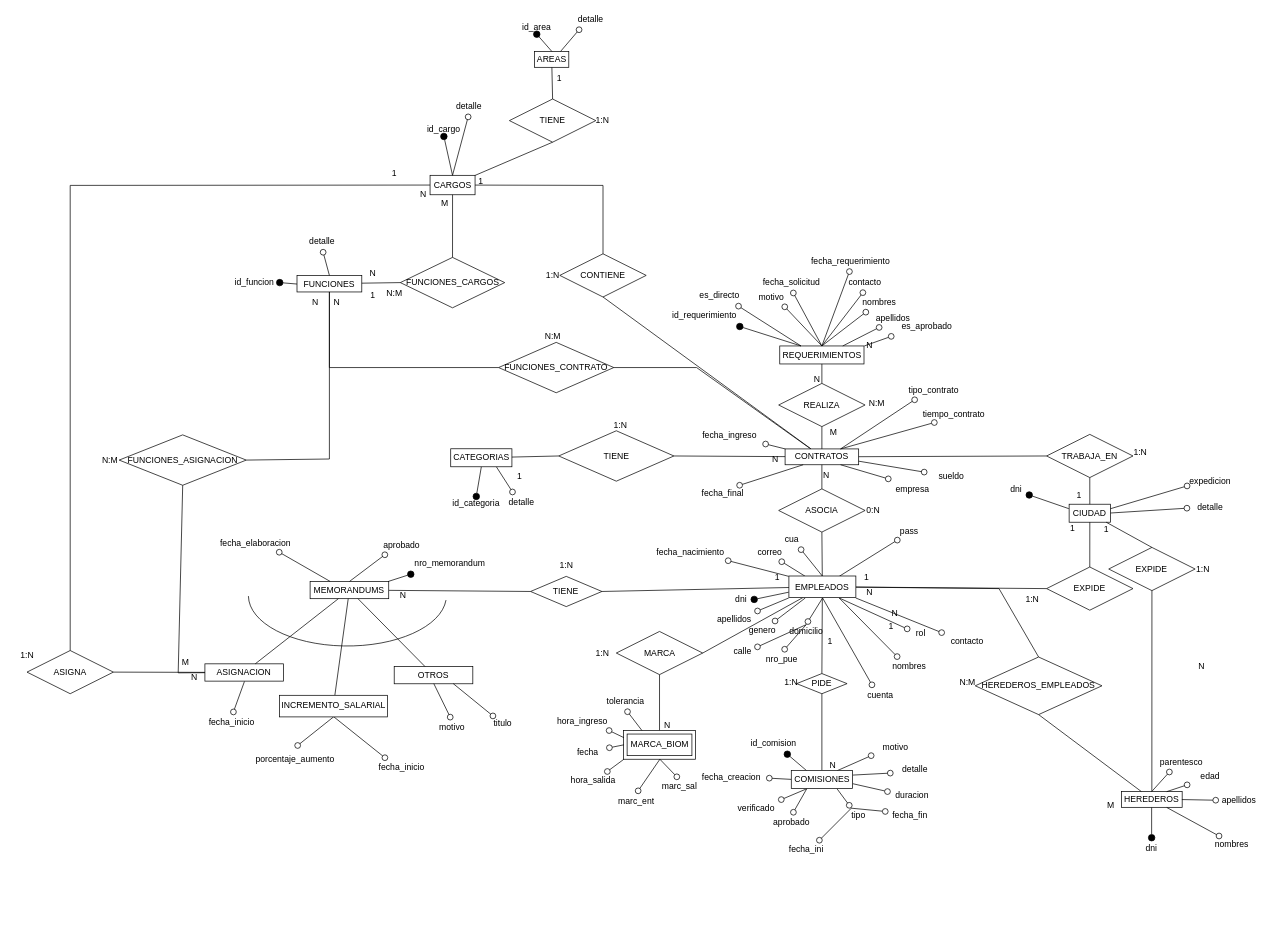
Earlier version of the draw.io diagram page "Página-2" (2 of 4) of Diagrama SRH.drawio (tomyivan/diagramas-DB). Source tidied: cells renumbered, new cells numbered last; positions are measured from the earlier drawing's top-left corner, leaving out a move shared by most shapes. Both pictures are drawn from the tidied source at 72%, with x=0, y=0 at pixel (12, 12).
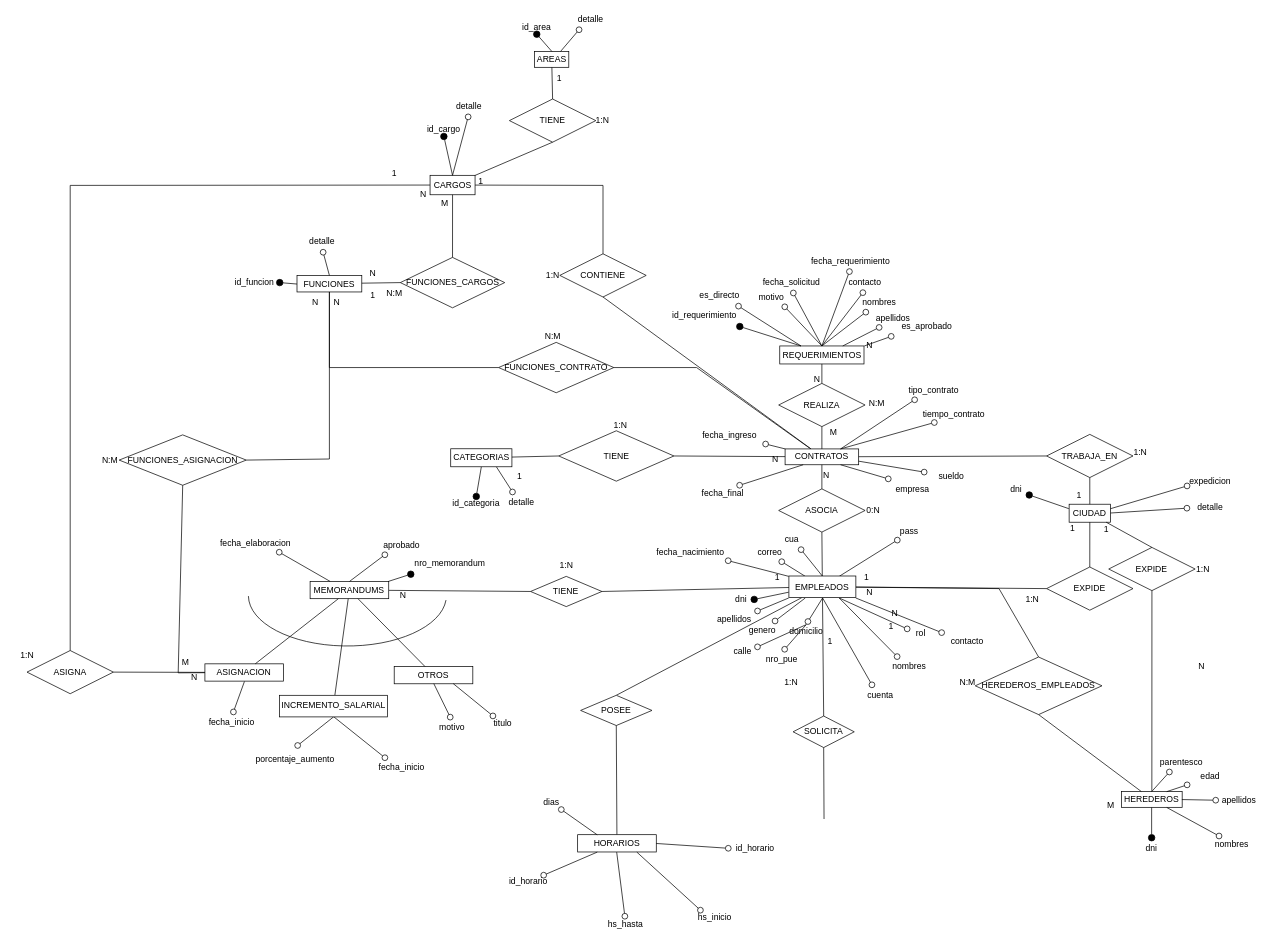
After the change.

Unchanged cells that the change refers to:
```xml
<mxCell id="197" value="EMPLEADOS" style="whiteSpace=wrap;html=1;align=center;rounded=0;" parent="1" vertex="1">
  <mxGeometry x="1078.2" y="782.5" width="93" height="30" as="geometry" />
</mxCell>
```

Change to the diagram source:
```diff
@@
-    <mxCell id="76" value="motivo" style="whiteSpace=wrap;html=1;align=center;strokeColor=none;fillColor=none;rounded=0;" parent="1" vertex="1">
-      <mxGeometry x="1196.5" y="1010" width="58.8" height="20" as="geometry" />
-    </mxCell>
-    <mxCell id="77" style="endArrow=circle;html=1;rounded=0;strokeColor=default;shadow=0;startFill=0;fillOpacity=100;endFill=0;snapToPoint=1;fixDash=1;backgroundOutline=1;comic=0;enumerate=0;orthogonal=0;strokeOpacity=100;arcSize=210;startArrow=none;strokeWidth=1;startSize=0;endSize=3;" parent="1" edge="1" source="198" target="76">
-      <mxGeometry relative="1" as="geometry" />
-    </mxCell>
@@
-    <mxCell id="125" value="MARCA" style="shape=rhombus;perimeter=rhombusPerimeter;whiteSpace=wrap;html=1;align=center;rounded=0;" parent="1" vertex="1">
-      <mxGeometry x="838.5" y="859.5" width="120" height="60" as="geometry" />
-    </mxCell>
-    <mxCell id="126" style="endArrow=none;html=1;rounded=0;entryX=0.5;entryY=1;entryDx=0;entryDy=0;" parent="1" edge="1" source="129" target="125">
-      <mxGeometry relative="1" as="geometry" />
-    </mxCell>
-    <mxCell id="127" value="1:N" style="text;html=1;align=center;verticalAlign=middle;strokeColor=none;fillColor=none;rounded=0;" parent="1" vertex="1">
-      <mxGeometry x="798.5" y="874.5" width="40" height="30" as="geometry" />
-    </mxCell>
-    <mxCell id="128" value="N" style="text;html=1;align=center;verticalAlign=middle;strokeColor=none;fillColor=none;rounded=0;" parent="1" vertex="1">
-      <mxGeometry x="893.5" y="975" width="30" height="30" as="geometry" />
-    </mxCell>
-    <mxCell id="129" value="MARCA_BIOM" style="shape=ext;margin=3;double=1;whiteSpace=wrap;html=1;align=center;rounded=0;" parent="1" vertex="1">
-      <mxGeometry x="848.5" y="997" width="100" height="40" as="geometry" />
-    </mxCell>
-    <mxCell id="130" value="hora_salida" style="whiteSpace=wrap;html=1;align=center;strokeColor=none;fillColor=none;rounded=0;" parent="1" vertex="1">
-      <mxGeometry x="773.5" y="1057" width="65" height="20" as="geometry" />
-    </mxCell>
-    <mxCell id="131" value="hora_ingreso" style="whiteSpace=wrap;html=1;align=center;strokeColor=none;fillColor=none;rounded=0;" parent="1" vertex="1">
-      <mxGeometry x="758.5" y="975" width="65" height="20" as="geometry" />
-    </mxCell>
-    <mxCell id="132" style="endArrow=circle;html=1;rounded=0;strokeColor=default;shadow=0;startFill=0;fillOpacity=100;endFill=0;snapToPoint=1;fixDash=1;backgroundOutline=1;comic=0;enumerate=0;orthogonal=0;strokeOpacity=100;arcSize=210;startArrow=none;strokeWidth=1;startSize=0;endSize=3;" parent="1" edge="1" source="129" target="131">
-      <mxGeometry relative="1" as="geometry" />
-    </mxCell>
-    <mxCell id="133" style="endArrow=circle;html=1;rounded=0;strokeColor=default;shadow=0;startFill=0;fillOpacity=100;endFill=0;snapToPoint=1;fixDash=1;backgroundOutline=1;comic=0;enumerate=0;orthogonal=0;strokeOpacity=100;arcSize=210;startArrow=none;strokeWidth=1;startSize=0;endSize=3;" parent="1" edge="1" source="129" target="130">
-      <mxGeometry relative="1" as="geometry" />
-    </mxCell>
-    <mxCell id="134" value="fecha" style="whiteSpace=wrap;html=1;align=center;strokeColor=none;fillColor=none;rounded=0;" parent="1" vertex="1">
-      <mxGeometry x="773.5" y="1017" width="50" height="20" as="geometry" />
-    </mxCell>
-    <mxCell id="135" style="endArrow=circle;html=1;rounded=0;strokeColor=default;shadow=0;startFill=0;fillOpacity=100;endFill=0;snapToPoint=1;fixDash=1;backgroundOutline=1;comic=0;enumerate=0;orthogonal=0;strokeOpacity=100;arcSize=210;startArrow=none;strokeWidth=1;startSize=0;endSize=3;" parent="1" edge="1" source="129" target="134">
-      <mxGeometry relative="1" as="geometry" />
-    </mxCell>
-    <mxCell id="136" value="marc_ent" style="whiteSpace=wrap;html=1;align=center;strokeColor=none;fillColor=none;rounded=0;" parent="1" vertex="1">
-      <mxGeometry x="833.5" y="1085" width="65" height="20" as="geometry" />
-    </mxCell>
-    <mxCell id="137" style="endArrow=circle;html=1;rounded=0;strokeColor=default;shadow=0;startFill=0;fillOpacity=100;endFill=0;snapToPoint=1;fixDash=1;backgroundOutline=1;comic=0;enumerate=0;orthogonal=0;strokeOpacity=100;arcSize=210;startArrow=none;strokeWidth=1;startSize=0;endSize=3;" parent="1" edge="1" source="129" target="136">
-      <mxGeometry relative="1" as="geometry" />
-    </mxCell>
-    <mxCell id="138" value="marc_sal" style="whiteSpace=wrap;html=1;align=center;strokeColor=none;fillColor=none;rounded=0;" parent="1" vertex="1">
-      <mxGeometry x="893.5" y="1065" width="65" height="20" as="geometry" />
-    </mxCell>
-    <mxCell id="139" style="endArrow=circle;html=1;rounded=0;strokeColor=default;shadow=0;startFill=0;fillOpacity=100;endFill=0;snapToPoint=1;fixDash=1;backgroundOutline=1;comic=0;enumerate=0;orthogonal=0;strokeOpacity=100;arcSize=210;startArrow=none;strokeWidth=1;startSize=0;endSize=3;" parent="1" edge="1" source="129" target="138">
-      <mxGeometry relative="1" as="geometry" />
-    </mxCell>
-    <mxCell id="140" value="tolerancia" style="whiteSpace=wrap;html=1;align=center;strokeColor=none;fillColor=none;rounded=0;" parent="1" vertex="1">
-      <mxGeometry x="818.5" y="947" width="65" height="20" as="geometry" />
-    </mxCell>
-    <mxCell id="141" style="endArrow=circle;html=1;rounded=0;strokeColor=default;shadow=0;startFill=0;fillOpacity=100;endFill=0;snapToPoint=1;fixDash=1;backgroundOutline=1;comic=0;enumerate=0;orthogonal=0;strokeOpacity=100;arcSize=210;startArrow=none;strokeWidth=1;startSize=0;endSize=3;" parent="1" edge="1" source="129" target="140">
-      <mxGeometry relative="1" as="geometry" />
-    </mxCell>
-    <mxCell id="142" value="PIDE" style="shape=rhombus;perimeter=rhombusPerimeter;whiteSpace=wrap;html=1;align=center;rounded=0;" parent="1" vertex="1">
-      <mxGeometry x="1089" y="918" width="70" height="28" as="geometry" />
+    <mxCell id="142" value="SOLICITA" style="shape=rhombus;perimeter=rhombusPerimeter;whiteSpace=wrap;html=1;align=center;rounded=0;" parent="1" vertex="1">
+      <mxGeometry x="1084" y="977" width="85" height="43.8" as="geometry" />
     </mxCell>
@@
-    <mxCell id="146" style="endArrow=none;html=1;rounded=0;entryX=0.5;entryY=1;entryDx=0;entryDy=0;" parent="1" edge="1" source="198" target="142">
-      <mxGeometry relative="1" as="geometry" />
+    <mxCell id="146" style="endArrow=none;html=1;rounded=0;entryX=0.5;entryY=1;entryDx=0;entryDy=0;" parent="1" edge="1" target="142">
+      <mxGeometry relative="1" as="geometry">
+        <mxPoint x="1127" y="1120" as="sourcePoint" />
+      </mxGeometry>
     </mxCell>
-    <mxCell id="147" value="N" style="text;html=1;align=center;verticalAlign=middle;strokeColor=none;fillColor=none;rounded=0;" parent="1" vertex="1">
-      <mxGeometry x="1124.2" y="1031" width="30" height="30" as="geometry" />
-    </mxCell>
@@
-    <mxCell id="150" value="detalle" style="whiteSpace=wrap;html=1;align=center;strokeColor=none;fillColor=none;rounded=0;" parent="1" vertex="1">
-      <mxGeometry x="1224.2" y="1041" width="58.8" height="20" as="geometry" />
-    </mxCell>
-    <mxCell id="151" style="endArrow=circle;html=1;rounded=0;strokeColor=default;shadow=0;startFill=0;fillOpacity=100;endFill=0;snapToPoint=1;fixDash=1;backgroundOutline=1;comic=0;enumerate=0;orthogonal=0;strokeOpacity=100;arcSize=210;startArrow=none;strokeWidth=1;startSize=0;endSize=3;" parent="1" edge="1" source="198" target="150">
-      <mxGeometry relative="1" as="geometry" />
-    </mxCell>
-    <mxCell id="152" value="id_comision" style="whiteSpace=wrap;html=1;align=center;strokeColor=none;fillColor=none;rounded=0;" parent="1" vertex="1">
-      <mxGeometry x="1020.2" y="1000" width="73.9" height="30" as="geometry" />
-    </mxCell>
-    <mxCell id="153" style="endArrow=none;html=1;rounded=0;shadow=0;startFill=1;fillOpacity=100;endFill=1;snapToPoint=1;fixDash=1;backgroundOutline=1;comic=0;enumerate=0;orthogonal=0;strokeOpacity=100;arcSize=210;startArrow=oval;strokeWidth=1;startSize=9;" parent="1" edge="1" source="152" target="198">
-      <mxGeometry relative="1" as="geometry" />
-    </mxCell>
-    <mxCell id="154" value="duracion" style="whiteSpace=wrap;html=1;align=center;strokeColor=none;fillColor=none;rounded=0;" parent="1" vertex="1">
-      <mxGeometry x="1220.1" y="1077.5" width="58.8" height="20" as="geometry" />
-    </mxCell>
-    <mxCell id="155" style="endArrow=circle;html=1;rounded=0;strokeColor=default;shadow=0;startFill=0;fillOpacity=100;endFill=0;snapToPoint=1;fixDash=1;backgroundOutline=1;comic=0;enumerate=0;orthogonal=0;strokeOpacity=100;arcSize=210;startArrow=none;strokeWidth=1;startSize=0;endSize=3;" parent="1" edge="1" source="198" target="154">
-      <mxGeometry relative="1" as="geometry" />
-    </mxCell>
-    <mxCell id="156" style="endArrow=circle;html=1;rounded=0;strokeColor=default;shadow=0;startFill=0;fillOpacity=100;endFill=0;snapToPoint=1;fixDash=1;backgroundOutline=1;comic=0;enumerate=0;orthogonal=0;strokeOpacity=100;arcSize=210;startArrow=none;strokeWidth=1;startSize=0;endSize=3;exitX=0.25;exitY=0;exitDx=0;exitDy=0;" parent="1" edge="1" source="160" target="159">
-      <mxGeometry relative="1" as="geometry" />
-    </mxCell>
-    <mxCell id="157" style="endArrow=circle;html=1;rounded=0;strokeColor=default;shadow=0;startFill=0;fillOpacity=100;endFill=0;snapToPoint=1;fixDash=1;backgroundOutline=1;comic=0;enumerate=0;orthogonal=0;strokeOpacity=100;arcSize=210;startArrow=none;strokeWidth=1;startSize=0;endSize=3;exitX=0.25;exitY=0;exitDx=0;exitDy=0;" parent="1" edge="1" source="160" target="158">
-      <mxGeometry relative="1" as="geometry" />
-    </mxCell>
-    <mxCell id="158" value="fecha_fin" style="whiteSpace=wrap;html=1;align=center;strokeColor=none;fillColor=none;rounded=0;" parent="1" vertex="1">
-      <mxGeometry x="1217" y="1105" width="58.8" height="20" as="geometry" />
-    </mxCell>
-    <mxCell id="159" value="fecha_ini" style="whiteSpace=wrap;html=1;align=center;strokeColor=none;fillColor=none;rounded=0;" parent="1" vertex="1">
-      <mxGeometry x="1073.1" y="1153" width="58.8" height="20" as="geometry" />
-    </mxCell>
-    <mxCell id="160" value="tipo" style="whiteSpace=wrap;html=1;align=center;strokeColor=none;fillColor=none;rounded=0;" parent="1" vertex="1">
-      <mxGeometry x="1155.5" y="1105" width="37.5" height="20" as="geometry" />
-    </mxCell>
-    <mxCell id="161" style="endArrow=circle;html=1;rounded=0;strokeColor=default;shadow=0;startFill=0;fillOpacity=100;endFill=0;snapToPoint=1;fixDash=1;backgroundOutline=1;comic=0;enumerate=0;orthogonal=0;strokeOpacity=100;arcSize=210;startArrow=none;strokeWidth=1;startSize=0;endSize=3;" parent="1" edge="1" source="198" target="160">
-      <mxGeometry relative="1" as="geometry" />
-    </mxCell>
-    <mxCell id="162" value="aprobado" style="whiteSpace=wrap;html=1;align=center;strokeColor=none;fillColor=none;rounded=0;" parent="1" vertex="1">
-      <mxGeometry x="1052.4" y="1115" width="59.8" height="20" as="geometry" />
-    </mxCell>
-    <mxCell id="163" style="endArrow=circle;html=1;rounded=0;strokeColor=default;shadow=0;startFill=0;fillOpacity=100;endFill=0;snapToPoint=1;fixDash=1;backgroundOutline=1;comic=0;enumerate=0;orthogonal=0;strokeOpacity=100;arcSize=210;startArrow=none;strokeWidth=1;startSize=0;endSize=3;" parent="1" edge="1" source="198" target="162">
-      <mxGeometry relative="1" as="geometry" />
-    </mxCell>
-    <mxCell id="164" value="verificado" style="whiteSpace=wrap;html=1;align=center;strokeColor=none;fillColor=none;rounded=0;" parent="1" vertex="1">
-      <mxGeometry x="1003.1" y="1095" width="59.8" height="20" as="geometry" />
-    </mxCell>
-    <mxCell id="165" style="endArrow=circle;html=1;rounded=0;strokeColor=default;shadow=0;startFill=0;fillOpacity=100;endFill=0;snapToPoint=1;fixDash=1;backgroundOutline=1;comic=0;enumerate=0;orthogonal=0;strokeOpacity=100;arcSize=210;startArrow=none;strokeWidth=1;startSize=0;endSize=3;" parent="1" edge="1" source="198" target="164">
-      <mxGeometry relative="1" as="geometry" />
-    </mxCell>
-    <mxCell id="166" value="fecha_creacion" style="whiteSpace=wrap;html=1;align=center;strokeColor=none;fillColor=none;rounded=0;" parent="1" vertex="1">
-      <mxGeometry x="951" y="1052.5" width="94.8" height="20" as="geometry" />
-    </mxCell>
-    <mxCell id="167" style="endArrow=circle;html=1;rounded=0;strokeColor=default;shadow=0;startFill=0;fillOpacity=100;endFill=0;snapToPoint=1;fixDash=1;backgroundOutline=1;comic=0;enumerate=0;orthogonal=0;strokeOpacity=100;arcSize=210;startArrow=none;strokeWidth=1;startSize=0;endSize=3;" parent="1" edge="1" source="198" target="166">
-      <mxGeometry relative="1" as="geometry" />
-    </mxCell>
@@
-    <mxCell id="184" style="endArrow=none;html=1;rounded=0;exitX=1;exitY=0.5;exitDx=0;exitDy=0;" parent="1" edge="1" source="125" target="197">
+    <mxCell id="184" style="endArrow=none;html=1;rounded=0;exitX=0.5;exitY=0;exitDx=0;exitDy=0;" parent="1" edge="1" source="254" target="197">
       <mxGeometry relative="1" as="geometry" />
     </mxCell>
@@
-    <mxCell id="198" value="COMISIONES" style="whiteSpace=wrap;html=1;align=center;rounded=0;" parent="1" vertex="1">
-      <mxGeometry x="1081.5" y="1052.5" width="85" height="25" as="geometry" />
-    </mxCell>
@@
+    <mxCell id="254" value="POSEE" style="shape=rhombus;perimeter=rhombusPerimeter;whiteSpace=wrap;html=1;align=center;rounded=0;" parent="1" vertex="1">
+      <mxGeometry x="788.9" y="948.2" width="99.1" height="42" as="geometry" />
+    </mxCell>
+    <mxCell id="255" style="endArrow=none;html=1;rounded=0;entryX=0.5;entryY=1;entryDx=0;entryDy=0;" parent="1" edge="1" source="256" target="254">
+      <mxGeometry relative="1" as="geometry" />
+    </mxCell>
+    <mxCell id="256" value="HORARIOS" style="whiteSpace=wrap;html=1;align=center;rounded=0;" parent="1" vertex="1">
+      <mxGeometry x="784.8" y="1141.8" width="109.2" height="24" as="geometry" />
+    </mxCell>
+    <mxCell id="257" value="id_horario" style="whiteSpace=wrap;html=1;align=center;strokeColor=none;fillColor=none;rounded=0;" parent="1" vertex="1">
+      <mxGeometry x="999" y="1153.6" width="65" height="14.2" as="geometry" />
+    </mxCell>
+    <mxCell id="258" style="endArrow=circle;html=1;rounded=0;strokeColor=default;shadow=0;startFill=0;fillOpacity=100;endFill=0;snapToPoint=1;fixDash=1;backgroundOutline=1;comic=0;enumerate=0;orthogonal=0;strokeOpacity=100;arcSize=210;startArrow=none;strokeWidth=1;startSize=0;endSize=3;" parent="1" edge="1" source="256" target="257">
+      <mxGeometry relative="1" as="geometry" />
+    </mxCell>
+    <mxCell id="259" value="hs_inicio" style="whiteSpace=wrap;html=1;align=center;strokeColor=none;fillColor=none;rounded=0;" parent="1" vertex="1">
+      <mxGeometry x="943" y="1250" width="65" height="14.2" as="geometry" />
+    </mxCell>
+    <mxCell id="260" style="endArrow=circle;html=1;rounded=0;strokeColor=default;shadow=0;startFill=0;fillOpacity=100;endFill=0;snapToPoint=1;fixDash=1;backgroundOutline=1;comic=0;enumerate=0;orthogonal=0;strokeOpacity=100;arcSize=210;startArrow=none;strokeWidth=1;startSize=0;endSize=3;" parent="1" edge="1" source="256" target="259">
+      <mxGeometry relative="1" as="geometry" />
+    </mxCell>
+    <mxCell id="261" value="hs_hasta" style="whiteSpace=wrap;html=1;align=center;strokeColor=none;fillColor=none;rounded=0;" parent="1" vertex="1">
+      <mxGeometry x="818.5" y="1260" width="65" height="14.2" as="geometry" />
+    </mxCell>
+    <mxCell id="262" style="endArrow=circle;html=1;rounded=0;strokeColor=default;shadow=0;startFill=0;fillOpacity=100;endFill=0;snapToPoint=1;fixDash=1;backgroundOutline=1;comic=0;enumerate=0;orthogonal=0;strokeOpacity=100;arcSize=210;startArrow=none;strokeWidth=1;startSize=0;endSize=3;" parent="1" edge="1" source="256" target="261">
+      <mxGeometry relative="1" as="geometry" />
+    </mxCell>
+    <mxCell id="263" value="id_horario" style="whiteSpace=wrap;html=1;align=center;strokeColor=none;fillColor=none;rounded=0;" parent="1" vertex="1">
+      <mxGeometry x="683.9" y="1200" width="65" height="14.2" as="geometry" />
+    </mxCell>
+    <mxCell id="264" style="endArrow=circle;html=1;rounded=0;strokeColor=default;shadow=0;startFill=0;fillOpacity=100;endFill=0;snapToPoint=1;fixDash=1;backgroundOutline=1;comic=0;enumerate=0;orthogonal=0;strokeOpacity=100;arcSize=210;startArrow=none;strokeWidth=1;startSize=0;endSize=3;" parent="1" edge="1" source="256" target="263">
+      <mxGeometry relative="1" as="geometry" />
+    </mxCell>
+    <mxCell id="265" value="dias" style="whiteSpace=wrap;html=1;align=center;strokeColor=none;fillColor=none;rounded=0;" parent="1" vertex="1">
+      <mxGeometry x="730" y="1089.5" width="37" height="14.2" as="geometry" />
+    </mxCell>
+    <mxCell id="266" style="endArrow=circle;html=1;rounded=0;strokeColor=default;shadow=0;startFill=0;fillOpacity=100;endFill=0;snapToPoint=1;fixDash=1;backgroundOutline=1;comic=0;enumerate=0;orthogonal=0;strokeOpacity=100;arcSize=210;startArrow=none;strokeWidth=1;startSize=0;endSize=3;" parent="1" edge="1" source="256" target="265">
+      <mxGeometry relative="1" as="geometry" />
+    </mxCell>
```
